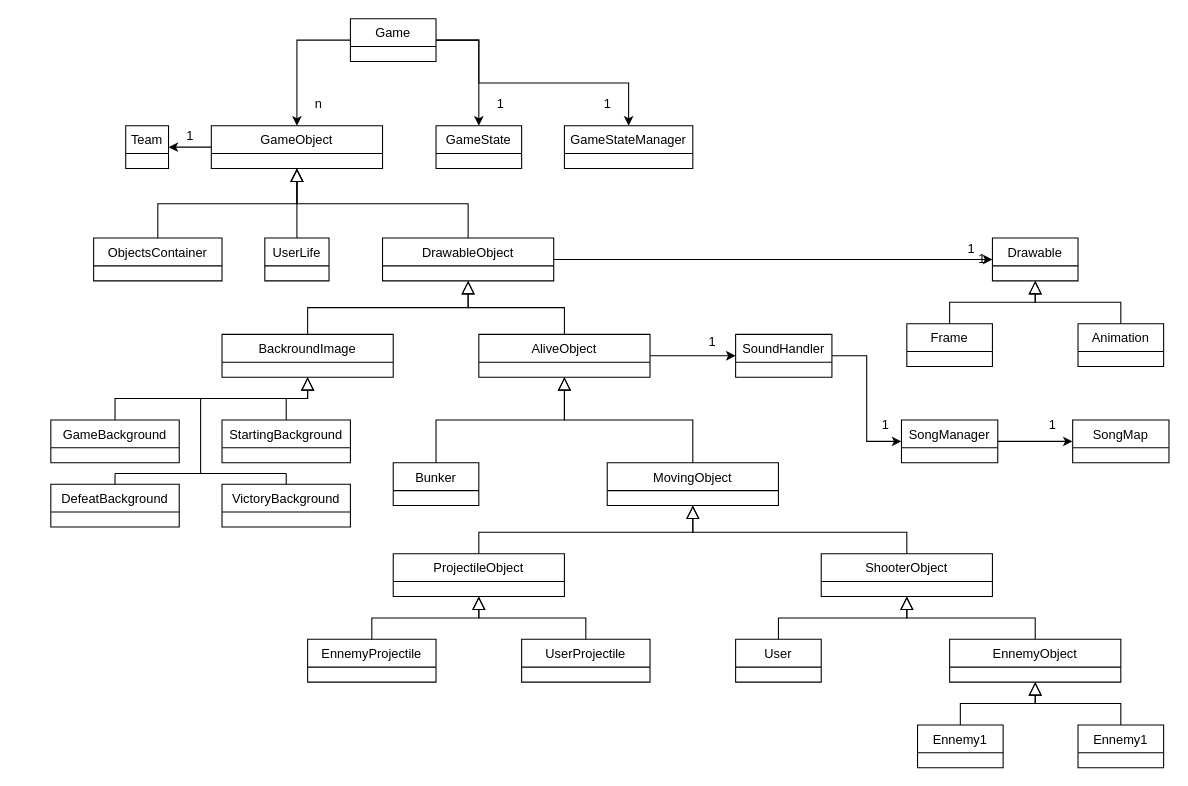
The draw.io diagram SpaceInvaders/SpaceInvaders/ReadMe/graph_chart.drawio in iFairPlay22/Space-Invaders, before the edit. Source tidied: cells renumbered, new cells numbered last; positions are measured from the earlier drawing's top-left corner, leaving out a move shared by most shapes. Both pictures are drawn from the tidied source at 107%, with x=0, y=0 at pixel (50, 18).
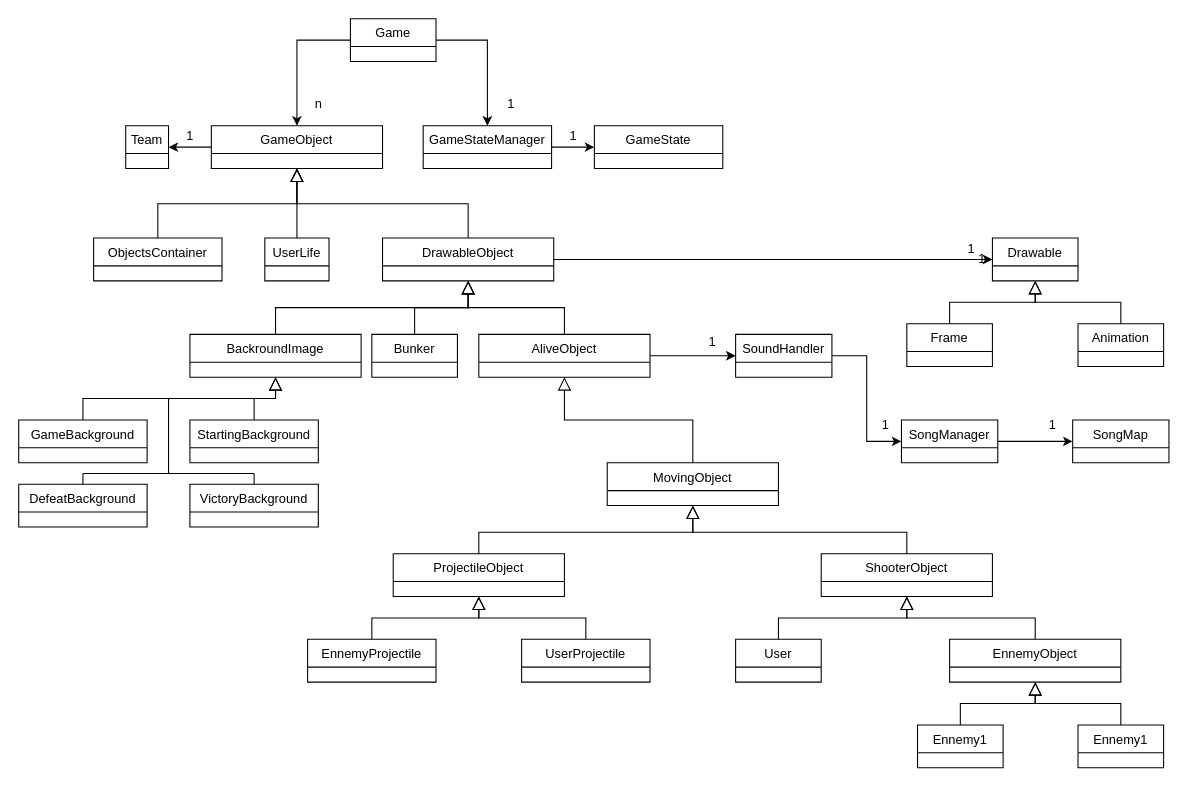
After the change.

The change refers to these unchanged cells:
```xml
<mxCell id="5" value="DrawableObject" style="swimlane;fontStyle=0;align=center;verticalAlign=top;horizontal=1;startSize=26;rounded=0;shadow=0;strokeWidth=1;" parent="1" vertex="1">
  <mxGeometry x="310" y="205" width="160" height="40" as="geometry" />
</mxCell>
<mxCell id="8" value="AliveObject" style="swimlane;fontStyle=0;align=center;verticalAlign=top;horizontal=1;startSize=26;rounded=0;shadow=0;strokeWidth=1;" parent="1" vertex="1">
  <mxGeometry x="400" y="295" width="160" height="40" as="geometry" />
</mxCell>
<mxCell id="48" value="Game" style="swimlane;fontStyle=0;align=center;verticalAlign=top;horizontal=1;startSize=26;rounded=0;shadow=0;strokeWidth=1;" parent="1" vertex="1">
  <mxGeometry x="280" width="80" height="40" as="geometry" />
</mxCell>
```

What changed in the source:
```diff
@@
     <mxCell id="28" value="Bunker" style="swimlane;fontStyle=0;align=center;verticalAlign=top;horizontal=1;startSize=26;rounded=0;shadow=0;strokeWidth=1;" parent="1" vertex="1">
-      <mxGeometry x="320" y="415" width="80" height="40" as="geometry" />
+      <mxGeometry x="300" y="295" width="80" height="40" as="geometry" />
     </mxCell>
-    <mxCell id="29" style="endArrow=block;endSize=10;endFill=0;shadow=0;strokeWidth=1;rounded=0;edgeStyle=elbowEdgeStyle;elbow=vertical;exitX=0.5;exitY=0;exitDx=0;exitDy=0;entryX=0.5;entryY=1;entryDx=0;entryDy=0;" parent="1" edge="1" source="28" target="8">
-      <mxGeometry relative="1" as="geometry" />
-    </mxCell>
     <mxCell id="30" value="BackroundImage" style="swimlane;fontStyle=0;align=center;verticalAlign=top;horizontal=1;startSize=26;rounded=0;shadow=0;strokeWidth=1;" parent="1" vertex="1">
-      <mxGeometry x="160" y="295" width="160" height="40" as="geometry" />
+      <mxGeometry x="130" y="295" width="160" height="40" as="geometry" />
     </mxCell>
-    <mxCell id="31" style="endArrow=block;endSize=10;endFill=0;shadow=0;strokeWidth=1;rounded=0;edgeStyle=elbowEdgeStyle;elbow=vertical;exitX=0.5;exitY=0;exitDx=0;exitDy=0;" parent="1" edge="1" source="30">
-      <mxGeometry relative="1" as="geometry">
-        <mxPoint x="390" y="245" as="targetPoint" />
-      </mxGeometry>
+    <mxCell id="31" style="endArrow=block;endSize=10;endFill=0;shadow=0;strokeWidth=1;rounded=0;edgeStyle=elbowEdgeStyle;elbow=vertical;exitX=0.5;exitY=0;exitDx=0;exitDy=0;entryX=0.5;entryY=1;entryDx=0;entryDy=0;" parent="1" edge="1" source="30" target="5">
+      <mxGeometry relative="1" as="geometry" />
     </mxCell>
     <mxCell id="32" value="DefeatBackground" style="swimlane;fontStyle=0;align=center;verticalAlign=top;horizontal=1;startSize=26;rounded=0;shadow=0;strokeWidth=1;" parent="1" vertex="1">
-      <mxGeometry y="435" width="120" height="40" as="geometry" />
+      <mxGeometry x="-30" y="435" width="120" height="40" as="geometry" />
     </mxCell>
     <mxCell id="33" value="GameBackground" style="swimlane;fontStyle=0;align=center;verticalAlign=top;horizontal=1;startSize=26;rounded=0;shadow=0;strokeWidth=1;" parent="1" vertex="1">
-      <mxGeometry y="375" width="120" height="40" as="geometry" />
+      <mxGeometry x="-30" y="375" width="120" height="40" as="geometry" />
     </mxCell>
     <mxCell id="34" value="StartingBackground" style="swimlane;fontStyle=0;align=center;verticalAlign=top;horizontal=1;startSize=26;rounded=0;shadow=0;strokeWidth=1;" parent="1" vertex="1">
-      <mxGeometry x="160" y="375" width="120" height="40" as="geometry" />
+      <mxGeometry x="130" y="375" width="120" height="40" as="geometry" />
     </mxCell>
     <mxCell id="35" value="VictoryBackground" style="swimlane;fontStyle=0;align=center;verticalAlign=top;horizontal=1;startSize=26;rounded=0;shadow=0;strokeWidth=1;" parent="1" vertex="1">
-      <mxGeometry x="160" y="435" width="120" height="40" as="geometry" />
+      <mxGeometry x="130" y="435" width="120" height="40" as="geometry" />
     </mxCell>
     <mxCell id="36" style="endArrow=block;endSize=10;endFill=0;shadow=0;strokeWidth=1;rounded=0;edgeStyle=elbowEdgeStyle;elbow=vertical;exitX=0.5;exitY=0;exitDx=0;exitDy=0;entryX=0.5;entryY=1;entryDx=0;entryDy=0;" parent="1" edge="1" target="30">
       <mxGeometry relative="1" as="geometry">
-        <mxPoint x="60" y="375" as="sourcePoint" />
+        <mxPoint x="30" y="375" as="sourcePoint" />
       </mxGeometry>
     </mxCell>
     <mxCell id="37" style="endArrow=block;endSize=10;endFill=0;shadow=0;strokeWidth=1;rounded=0;edgeStyle=elbowEdgeStyle;elbow=vertical;exitX=0.5;exitY=0;exitDx=0;exitDy=0;" parent="1" edge="1" source="34">
       <mxGeometry relative="1" as="geometry">
-        <mxPoint x="240" y="335" as="targetPoint" />
+        <mxPoint x="210" y="335" as="targetPoint" />
       </mxGeometry>
     </mxCell>
     <mxCell id="38" style="endArrow=none;html=1;exitX=0.5;exitY=0;exitDx=0;exitDy=0;" parent="1" edge="1" source="32">
       <mxGeometry relative="1" as="geometry">
-        <mxPoint x="60" y="425" as="targetPoint" />
+        <mxPoint x="30" y="425" as="targetPoint" />
       </mxGeometry>
     </mxCell>
     <mxCell id="39" style="endArrow=none;html=1;" parent="1" edge="1">
       <mxGeometry relative="1" as="geometry">
-        <mxPoint x="60" y="425" as="sourcePoint" />
-        <mxPoint x="220" y="425" as="targetPoint" />
+        <mxPoint x="30" y="425" as="sourcePoint" />
+        <mxPoint x="190" y="425" as="targetPoint" />
       </mxGeometry>
     </mxCell>
     <mxCell id="40" style="endArrow=none;html=1;exitX=0.5;exitY=0;exitDx=0;exitDy=0;" parent="1" edge="1" source="35">
       <mxGeometry relative="1" as="geometry">
-        <mxPoint x="220" y="425" as="targetPoint" />
+        <mxPoint x="190" y="425" as="targetPoint" />
       </mxGeometry>
     </mxCell>
     <mxCell id="41" style="endArrow=none;html=1;" parent="1" edge="1">
       <mxGeometry relative="1" as="geometry">
-        <mxPoint x="140" y="425" as="sourcePoint" />
-        <mxPoint x="140" y="355" as="targetPoint" />
+        <mxPoint x="110" y="425" as="sourcePoint" />
+        <mxPoint x="110" y="355" as="targetPoint" />
       </mxGeometry>
     </mxCell>
@@
     <mxCell id="46" style="edgeStyle=orthogonalEdgeStyle;rounded=0;jettySize=auto;html=1;exitX=1;exitY=0.5;exitDx=0;exitDy=0;entryX=0.5;entryY=0;entryDx=0;entryDy=0;" parent="1" edge="1" source="48" target="52">
-      <mxGeometry relative="1" as="geometry">
-        <Array as="points">
-          <mxPoint x="400" y="20" />
-          <mxPoint x="400" y="60" />
-          <mxPoint x="540" y="60" />
-        </Array>
-      </mxGeometry>
+      <mxGeometry relative="1" as="geometry" />
     </mxCell>
-    <mxCell id="47" style="edgeStyle=orthogonalEdgeStyle;rounded=0;jettySize=auto;html=1;exitX=1;exitY=0.5;exitDx=0;exitDy=0;entryX=0.5;entryY=0;entryDx=0;entryDy=0;" parent="1" edge="1" source="48" target="49">
-      <mxGeometry relative="1" as="geometry" />
-    </mxCell>
@@
-    <mxCell id="49" value="GameState" style="swimlane;fontStyle=0;align=center;verticalAlign=top;horizontal=1;startSize=26;rounded=0;shadow=0;strokeWidth=1;" parent="1" vertex="1">
-      <mxGeometry x="360" y="100" width="80" height="40" as="geometry" />
-    </mxCell>
@@
+    <mxCell id="72" style="edgeStyle=orthogonalEdgeStyle;rounded=0;jettySize=auto;html=1;exitX=1;exitY=0.5;exitDx=0;exitDy=0;entryX=0;entryY=0.5;entryDx=0;entryDy=0;" parent="1" edge="1" source="52" target="49">
+      <mxGeometry relative="1" as="geometry" />
+    </mxCell>
     <mxCell id="52" value="GameStateManager" style="swimlane;fontStyle=0;align=center;verticalAlign=top;horizontal=1;startSize=26;rounded=0;shadow=0;strokeWidth=1;" parent="1" vertex="1">
-      <mxGeometry x="480" y="100" width="120" height="40" as="geometry" />
+      <mxGeometry x="348" y="100" width="120" height="40" as="geometry" />
     </mxCell>
     <mxCell id="53" value="1" style="text;html=1;align=center;verticalAlign=middle;" parent="1" vertex="1">
-      <mxGeometry x="510" y="70" width="20" height="20" as="geometry" />
+      <mxGeometry x="478" y="100" width="20" height="20" as="geometry" />
     </mxCell>
     <mxCell id="54" value="1" style="text;html=1;align=center;verticalAlign=middle;" parent="1" vertex="1">
-      <mxGeometry x="410" y="70" width="20" height="20" as="geometry" />
+      <mxGeometry x="420" y="70" width="20" height="20" as="geometry" />
     </mxCell>
@@
+    <mxCell id="73" style="endArrow=block;endSize=10;endFill=0;shadow=0;strokeWidth=1;rounded=0;edgeStyle=elbowEdgeStyle;elbow=vertical;exitX=0.5;exitY=0;exitDx=0;exitDy=0;entryX=0.5;entryY=1;entryDx=0;entryDy=0;" parent="1" edge="1" source="28" target="5">
+      <mxGeometry relative="1" as="geometry" />
+    </mxCell>
+    <mxCell id="49" value="GameState" style="swimlane;fontStyle=0;align=center;verticalAlign=top;horizontal=1;startSize=26;rounded=0;shadow=0;strokeWidth=1;" parent="1" vertex="1">
+      <mxGeometry x="508" y="100" width="120" height="40" as="geometry" />
+    </mxCell>
```
